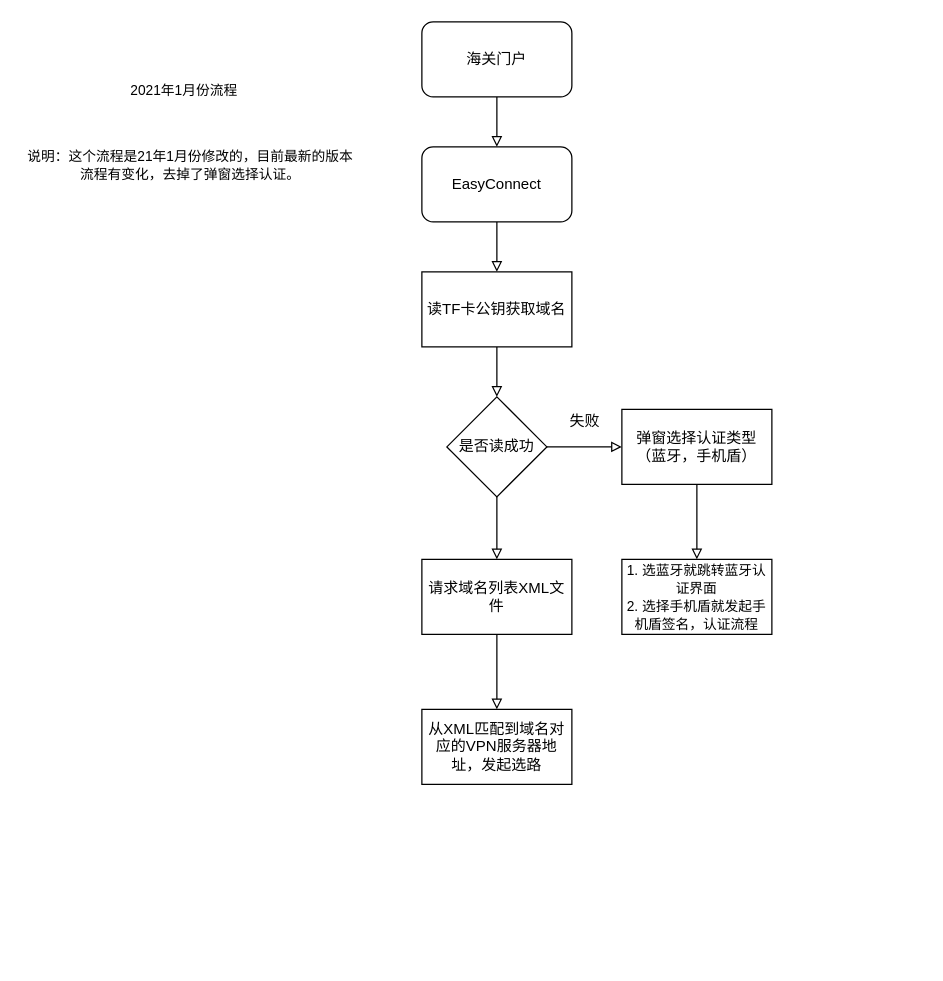
Earlier version of the draw.io diagram Untitled Diagram.drawio (LouisMari1991/YouLin). Source tidied: cells renumbered, new cells numbered last; positions are measured from the earlier drawing's top-left corner, leaving out a move shared by most shapes. Both pictures are drawn from the tidied source at 125%, with x=0, y=0 at pixel (21, 21).
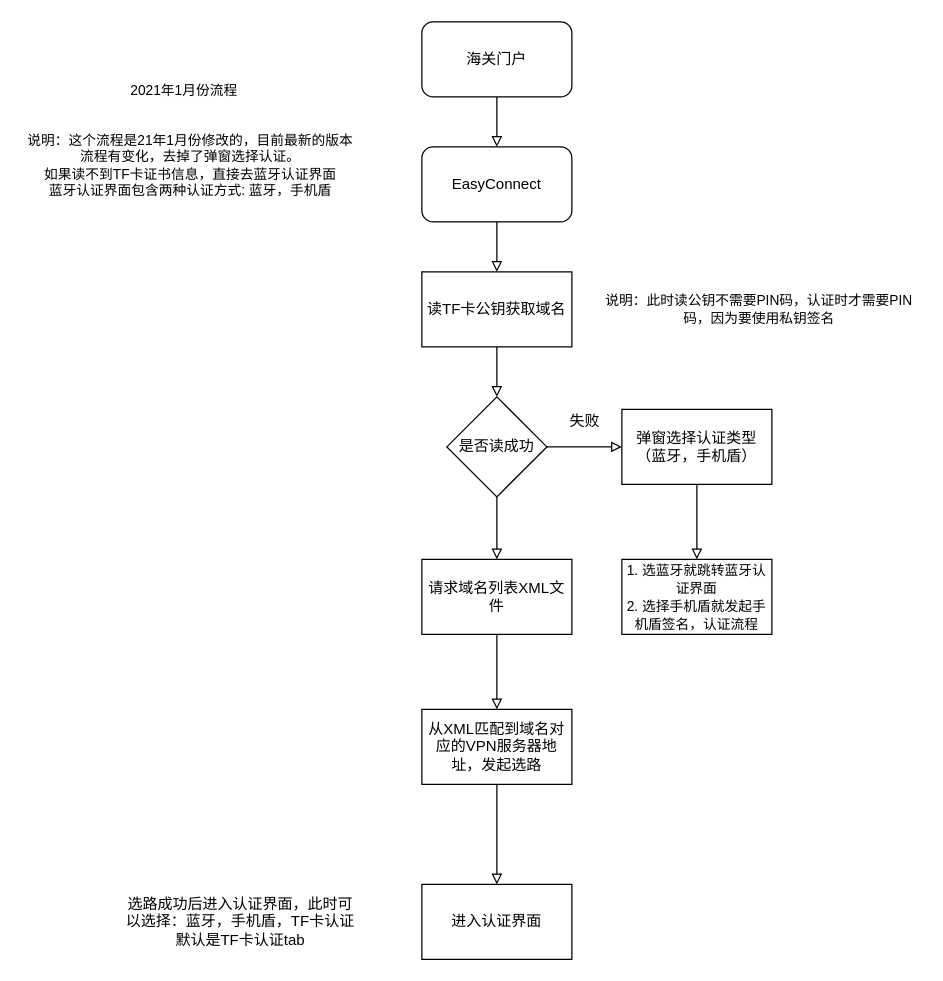
After the change.

Unchanged cells that the change refers to:
```xml
<mxCell id="17" value="从XML匹配到域名对应的VPN服务器地址，发起选路" style="whiteSpace=wrap;html=1;rounded=0;" parent="1" vertex="1">
  <mxGeometry x="320" y="550" width="120" height="60" as="geometry" />
</mxCell>
```

The edit, as a diff of the source:
```diff
@@
+    <mxCell id="20" style="edgeStyle=orthogonalEdgeStyle;rounded=0;jettySize=auto;html=1;fontSize=11;endArrow=block;endFill=0;" parent="1" edge="1" source="17" target="21">
+      <mxGeometry relative="1" as="geometry" />
+    </mxCell>
@@
-    <mxCell id="18" value="说明：这个流程是21年1月份修改的，目前最新的版本流程有变化，去掉了弹窗选择认证。" style="text;html=1;strokeColor=none;fillColor=none;align=center;verticalAlign=middle;whiteSpace=wrap;rounded=0;fontSize=11;" parent="1" vertex="1">
+    <mxCell id="18" value="说明：这个流程是21年1月份修改的，目前最新的版本流程有变化，去掉了弹窗选择认证。&lt;br&gt;如果读不到TF卡证书信息，直接去蓝牙认证界面&lt;br&gt;蓝牙认证界面包含两种认证方式: 蓝牙，手机盾" style="text;html=1;strokeColor=none;fillColor=none;align=center;verticalAlign=middle;whiteSpace=wrap;rounded=0;fontSize=11;" parent="1" vertex="1">
       <mxGeometry y="100" width="270" height="30" as="geometry" />
     </mxCell>
@@
+    <mxCell id="21" value="进入认证界面" style="whiteSpace=wrap;html=1;rounded=0;" parent="1" vertex="1">
+      <mxGeometry x="320" y="690" width="120" height="60" as="geometry" />
+    </mxCell>
+    <mxCell id="22" value="说明：此时读公钥不需要PIN码，认证时才需要PIN码，因为要使用私钥签名" style="text;html=1;strokeColor=none;fillColor=none;align=center;verticalAlign=middle;whiteSpace=wrap;rounded=0;fontSize=11;" parent="1" vertex="1">
+      <mxGeometry x="460" y="215" width="260" height="30" as="geometry" />
+    </mxCell>
+    <mxCell id="23" value="&lt;span style=&quot;font-size: 12px&quot;&gt;选路成功后进入认证界面，此时可以选择：蓝牙，手机盾，TF卡认证&lt;/span&gt;&lt;br style=&quot;font-size: 12px&quot;&gt;&lt;span style=&quot;font-size: 12px&quot;&gt;默认是TF卡认证tab&lt;/span&gt;" style="text;html=1;strokeColor=none;fillColor=none;align=center;verticalAlign=middle;whiteSpace=wrap;rounded=0;fontSize=11;" parent="1" vertex="1">
+      <mxGeometry x="80" y="705" width="190" height="30" as="geometry" />
+    </mxCell>
```
